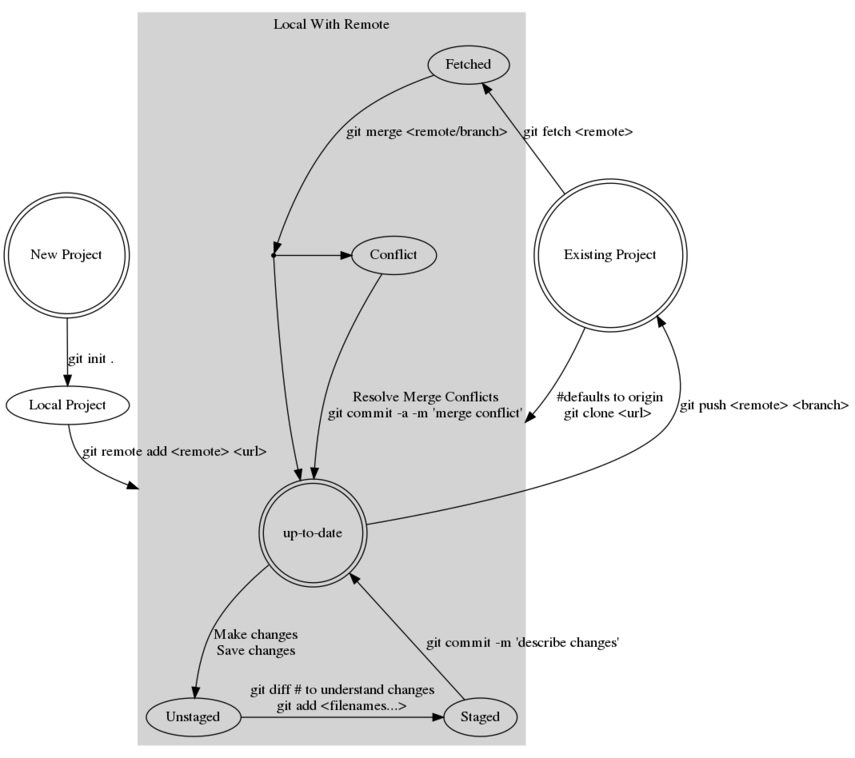
The Graphviz diagram git.png in probinso/introduction-git, before a commit. Its source is kept beside it as git.dot.
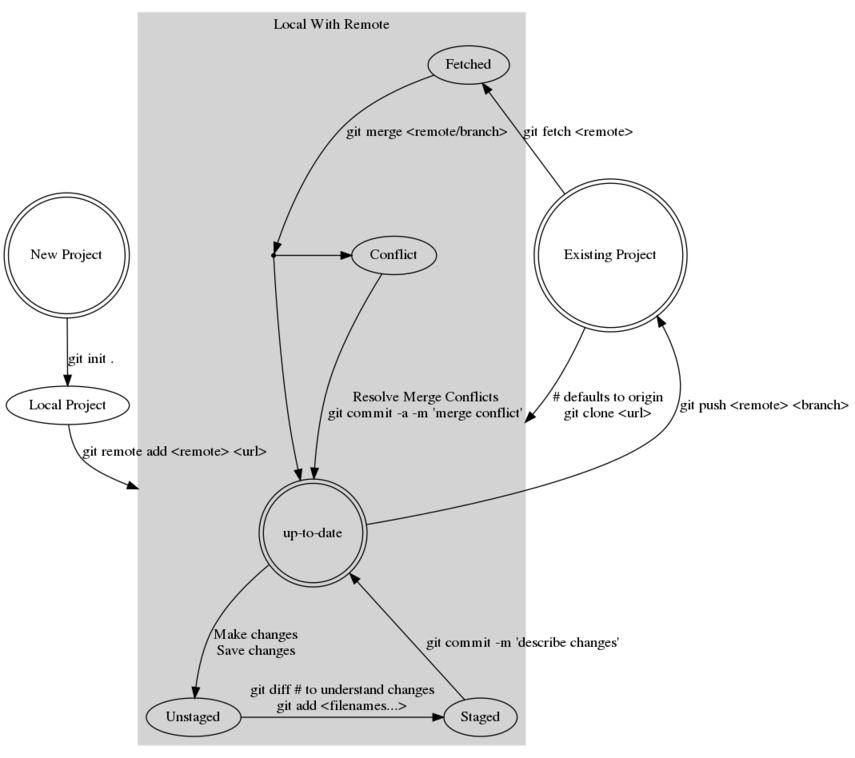
The same file after the commit.

Change to the diagram source:
```diff
@@ -32,7 +32,7 @@
                                   lhead=cluster0];
                 NewProject -> Local [label="git init ."];
                 ExistingProject -> UpToDate [
-                                            label=" #defaults to origin\ngit clone <url>"
+                                            label="# defaults to origin\ngit clone <url>"
                                             lhead=cluster0];
                 UpToDate -> ExistingProject [label="git push <remote> <branch>"];
                 ExistingProject -> Fetched [label="git fetch <remote>"];
```
